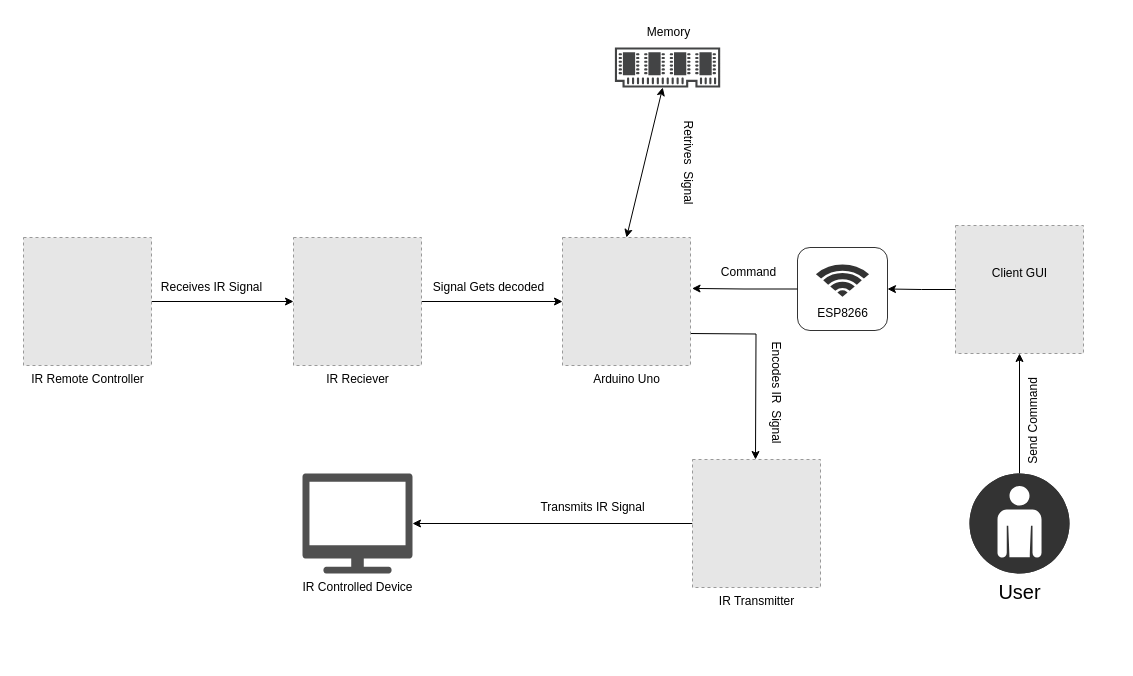
Above: Untitled Diagram.drawio in LokeshPatil-loki/Notes (draw.io), before the change. Source tidied: cells renumbered, new cells numbered last; positions are measured from the earlier drawing's top-left corner, leaving out a move shared by most shapes. Both pictures are drawn from the tidied source at 100%, with x=0, y=0 at pixel (23, 17). Pictures stored in the file or linked from it are replaced by grey dashed boxes.
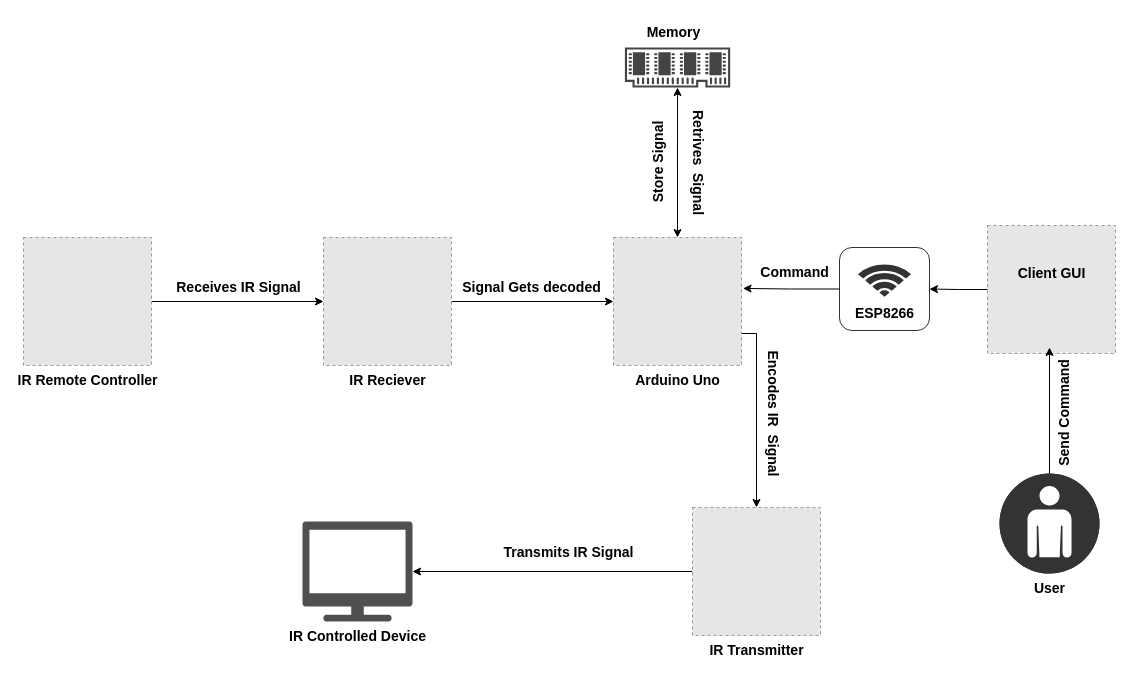
After the change.

Commit message:
increased font size

The edit, as a diff of the source:
```diff
@@
-    <mxCell id="2" style="edgeStyle=orthogonalEdgeStyle;rounded=0;jettySize=auto;html=1;" parent="1" edge="1" source="3" target="7">
+    <mxCell id="2" style="edgeStyle=orthogonalEdgeStyle;rounded=0;jettySize=auto;html=1;fontSize=14;fontStyle=1;" parent="1" edge="1" source="3" target="7">
       <mxGeometry relative="1" as="geometry" />
     </mxCell>
-    <mxCell id="3" value="IR Remote Controller" style="fillColor=#E6E6E6;strokeColor=#999999;dashed=1;html=1;verticalAlign=top;verticalLabelPosition=bottom;labelBackgroundColor=#ffffff;rotation=0;" parent="1" vertex="1">
+    <mxCell id="3" value="IR Remote Controller" style="fillColor=#E6E6E6;strokeColor=#999999;dashed=1;html=1;verticalAlign=top;verticalLabelPosition=bottom;labelBackgroundColor=#ffffff;rotation=0;fontSize=14;fontStyle=1;" parent="1" vertex="1">
       <mxGeometry y="220" width="128" height="128" as="geometry" />
     </mxCell>
-    <mxCell id="4" style="edgeStyle=orthogonalEdgeStyle;rounded=0;orthogonalLoop=1;jettySize=auto;html=1;exitX=1;exitY=0.75;exitDx=0;exitDy=0;entryX=0.5;entryY=0;entryDx=0;entryDy=0;" parent="1" edge="1">
+    <mxCell id="4" style="edgeStyle=orthogonalEdgeStyle;rounded=0;jettySize=auto;html=1;exitX=1;exitY=0.75;exitDx=0;exitDy=0;entryX=0.5;entryY=0;entryDx=0;entryDy=0;fontSize=14;fontStyle=1;" parent="1" edge="1" source="5" target="12">
       <mxGeometry relative="1" as="geometry">
-        <mxPoint x="665" y="316" as="sourcePoint" />
-        <mxPoint x="732" y="442" as="targetPoint" />
+        <Array as="points">
+          <mxPoint x="733" y="316" />
+        </Array>
       </mxGeometry>
     </mxCell>
-    <mxCell id="5" value="Arduino Uno" style="fillColor=#E6E6E6;strokeColor=#999999;dashed=1;html=1;verticalAlign=top;verticalLabelPosition=bottom;labelBackgroundColor=#ffffff;" parent="1" vertex="1">
-      <mxGeometry x="539" y="220" width="128" height="128" as="geometry" />
+    <mxCell id="5" value="Arduino Uno" style="fillColor=#E6E6E6;strokeColor=#999999;dashed=1;html=1;verticalAlign=top;verticalLabelPosition=bottom;labelBackgroundColor=#ffffff;fontSize=14;fontStyle=1;" parent="1" vertex="1">
+      <mxGeometry x="590" y="220" width="128" height="128" as="geometry" />
     </mxCell>
-    <mxCell id="6" style="edgeStyle=orthogonalEdgeStyle;rounded=0;jettySize=auto;html=1;exitX=1;exitY=0.5;exitDx=0;exitDy=0;entryX=0;entryY=0.5;entryDx=0;entryDy=0;" parent="1" edge="1" source="7" target="5">
+    <mxCell id="6" style="edgeStyle=orthogonalEdgeStyle;rounded=0;jettySize=auto;html=1;exitX=1;exitY=0.5;exitDx=0;exitDy=0;entryX=0;entryY=0.5;entryDx=0;entryDy=0;fontSize=14;fontStyle=1;" parent="1" edge="1" source="7" target="5">
       <mxGeometry relative="1" as="geometry" />
     </mxCell>
-    <mxCell id="7" value="IR Reciever" style="fillColor=#E6E6E6;strokeColor=#999999;dashed=1;html=1;verticalAlign=top;verticalLabelPosition=bottom;labelBackgroundColor=#ffffff;" parent="1" vertex="1">
-      <mxGeometry x="270" y="220" width="128" height="128" as="geometry" />
+    <mxCell id="7" value="IR Reciever" style="fillColor=#E6E6E6;strokeColor=#999999;dashed=1;html=1;verticalAlign=top;verticalLabelPosition=bottom;labelBackgroundColor=#ffffff;fontSize=14;fontStyle=1;" parent="1" vertex="1">
+      <mxGeometry x="300" y="220" width="128" height="128" as="geometry" />
     </mxCell>
-    <mxCell id="8" value="Signal Gets decoded" style="text;html=1;align=center;verticalAlign=middle;strokeColor=none;fillColor=none;" parent="1" vertex="1">
-      <mxGeometry x="400" y="255" width="130" height="30" as="geometry" />
+    <mxCell id="8" value="Signal Gets decoded" style="text;html=1;align=center;verticalAlign=middle;strokeColor=none;fillColor=none;fontSize=14;fontStyle=1;" parent="1" vertex="1">
+      <mxGeometry x="428" y="255" width="160" height="30" as="geometry" />
     </mxCell>
-    <mxCell id="9" style="sketch=0;shadow=0;dashed=0;html=1;strokeColor=none;fillColor=#434445;labelPosition=center;verticalLabelPosition=bottom;verticalAlign=top;align=center;outlineConnect=0;shape=mxgraph.vvd.memory;" parent="1" vertex="1">
-      <mxGeometry x="591.4" y="30" width="105.3" height="40" as="geometry" />
+    <mxCell id="9" style="sketch=0;shadow=0;dashed=0;html=1;strokeColor=none;fillColor=#434445;labelPosition=center;verticalLabelPosition=bottom;verticalAlign=top;align=center;outlineConnect=0;shape=mxgraph.vvd.memory;fontSize=14;fontStyle=1;" parent="1" vertex="1">
+      <mxGeometry x="601.4" y="30" width="105.3" height="40" as="geometry" />
     </mxCell>
-    <mxCell id="10" value="Send Command" style="text;html=1;align=center;verticalAlign=middle;strokeColor=none;fillColor=none;rotation=-90;" parent="1" vertex="1">
-      <mxGeometry x="955" y="389" width="110" height="30" as="geometry" />
+    <mxCell id="10" value="Send Command" style="text;html=1;align=center;verticalAlign=middle;strokeColor=none;fillColor=none;rotation=-90;fontSize=14;fontStyle=1;" parent="1" vertex="1">
+      <mxGeometry x="976" y="381" width="130" height="30" as="geometry" />
     </mxCell>
-    <mxCell id="11" style="edgeStyle=orthogonalEdgeStyle;rounded=0;jettySize=auto;html=1;" parent="1" edge="1" source="12" target="13">
+    <mxCell id="11" style="edgeStyle=orthogonalEdgeStyle;rounded=0;jettySize=auto;html=1;fontSize=14;fontStyle=1;" parent="1" edge="1" source="12" target="13">
       <mxGeometry relative="1" as="geometry" />
     </mxCell>
-    <mxCell id="12" value="IR Transmitter" style="fillColor=#E6E6E6;strokeColor=#999999;dashed=1;html=1;verticalAlign=top;verticalLabelPosition=bottom;labelBackgroundColor=#ffffff;" parent="1" vertex="1">
-      <mxGeometry x="669" y="442" width="128" height="128" as="geometry" />
+    <mxCell id="12" value="IR Transmitter" style="fillColor=#E6E6E6;strokeColor=#999999;dashed=1;html=1;verticalAlign=top;verticalLabelPosition=bottom;labelBackgroundColor=#ffffff;fontSize=14;fontStyle=1;" parent="1" vertex="1">
+      <mxGeometry x="669" y="490" width="128" height="128" as="geometry" />
     </mxCell>
-    <mxCell id="13" value="IR Controlled Device" style="sketch=0;shadow=0;dashed=0;html=1;strokeColor=none;fillColor=#505050;labelPosition=center;verticalLabelPosition=bottom;verticalAlign=top;outlineConnect=0;align=center;shape=mxgraph.office.devices.tv;" parent="1" vertex="1">
-      <mxGeometry x="279" y="456" width="110" height="100" as="geometry" />
+    <mxCell id="13" value="IR Controlled Device" style="sketch=0;shadow=0;dashed=0;html=1;strokeColor=none;fillColor=#505050;labelPosition=center;verticalLabelPosition=bottom;verticalAlign=top;outlineConnect=0;align=center;shape=mxgraph.office.devices.tv;fontSize=14;fontStyle=1;" parent="1" vertex="1">
+      <mxGeometry x="279" y="504" width="110" height="100" as="geometry" />
     </mxCell>
-    <mxCell id="14" value="Transmits IR Signal" style="text;html=1;align=center;verticalAlign=middle;strokeColor=none;fillColor=none;" parent="1" vertex="1">
-      <mxGeometry x="504" y="475" width="130" height="30" as="geometry" />
+    <mxCell id="14" value="Transmits IR Signal" style="text;html=1;align=center;verticalAlign=middle;strokeColor=none;fillColor=none;fontSize=14;fontStyle=1;" parent="1" vertex="1">
+      <mxGeometry x="470" y="520" width="150" height="30" as="geometry" />
     </mxCell>
-    <mxCell id="15" value="Receives IR Signal" style="text;html=1;align=center;verticalAlign=middle;strokeColor=none;fillColor=none;" parent="1" vertex="1">
-      <mxGeometry x="128" y="255" width="120" height="30" as="geometry" />
+    <mxCell id="15" value="Receives IR Signal" style="text;html=1;align=center;verticalAlign=middle;strokeColor=none;fillColor=none;fontSize=14;fontStyle=1;" parent="1" vertex="1">
+      <mxGeometry x="140" y="255" width="150" height="30" as="geometry" />
     </mxCell>
-    <mxCell id="16" style="edgeStyle=orthogonalEdgeStyle;rounded=0;jettySize=auto;html=1;exitX=0.5;exitY=0;exitDx=0;exitDy=0;exitPerimeter=0;entryX=0.5;entryY=1;entryDx=0;entryDy=0;fontSize=12;" parent="1" edge="1" source="17" target="29">
-      <mxGeometry relative="1" as="geometry" />
-    </mxCell>
-    <mxCell id="17" value="&lt;font style=&quot;font-size: 20px;&quot;&gt;User&lt;/font&gt;" style="fillColor=#333333;verticalLabelPosition=bottom;sketch=0;html=1;strokeColor=#ffffff;verticalAlign=top;align=center;points=[[0.145,0.145,0],[0.5,0,0],[0.855,0.145,0],[1,0.5,0],[0.855,0.855,0],[0.5,1,0],[0.145,0.855,0],[0,0.5,0]];shape=mxgraph.cisco_safe.compositeIcon;bgIcon=ellipse;resIcon=mxgraph.cisco_safe.capability.user;" parent="1" vertex="1">
-      <mxGeometry x="946" y="456" width="100" height="100" as="geometry" />
+    <mxCell id="17" value="&lt;font style=&quot;font-size: 14px;&quot;&gt;User&lt;/font&gt;" style="fillColor=#333333;verticalLabelPosition=bottom;sketch=0;html=1;strokeColor=#ffffff;verticalAlign=top;align=center;points=[[0.145,0.145,0],[0.5,0,0],[0.855,0.145,0],[1,0.5,0],[0.855,0.855,0],[0.5,1,0],[0.145,0.855,0],[0,0.5,0]];shape=mxgraph.cisco_safe.compositeIcon;bgIcon=ellipse;resIcon=mxgraph.cisco_safe.capability.user;fontSize=14;fontStyle=1;" parent="1" vertex="1">
+      <mxGeometry x="976" y="456" width="100" height="100" as="geometry" />
     </mxCell>
-    <mxCell id="18" value="Memory" style="text;html=1;align=center;verticalAlign=middle;strokeColor=none;fillColor=none;fontSize=12;" parent="1" vertex="1">
-      <mxGeometry x="610" width="70" height="30" as="geometry" />
+    <mxCell id="18" value="Memory" style="text;html=1;align=center;verticalAlign=middle;strokeColor=none;fillColor=none;fontSize=14;fontStyle=1;" parent="1" vertex="1">
+      <mxGeometry x="610" width="80" height="30" as="geometry" />
     </mxCell>
-    <mxCell id="19" style="group;" parent="1" vertex="1">
-      <mxGeometry x="774" y="230" width="90" height="83" as="geometry" />
+    <mxCell id="19" style="group;fontSize=14;fontStyle=1;" parent="1" vertex="1">
+      <mxGeometry x="816" y="230" width="90" height="83" as="geometry" />
     </mxCell>
-    <mxCell id="20" style="html=1;verticalLabelPosition=bottom;align=center;labelBackgroundColor=#ffffff;verticalAlign=top;strokeWidth=2;strokeColor=#333333;shadow=0;dashed=0;shape=mxgraph.ios7.icons.wifi;fontSize=12;fillColor=#333333;" parent="19" vertex="1">
+    <mxCell id="20" style="html=1;verticalLabelPosition=bottom;align=center;labelBackgroundColor=#ffffff;verticalAlign=top;strokeWidth=2;strokeColor=#333333;shadow=0;dashed=0;shape=mxgraph.ios7.icons.wifi;fontSize=14;fillColor=#333333;fontStyle=1;" parent="19" vertex="1">
       <mxGeometry x="20" y="18" width="50" height="30" as="geometry" />
     </mxCell>
-    <mxCell id="21" style="rounded=1;whiteSpace=wrap;html=1;strokeColor=#333333;fontSize=12;fillColor=none;" parent="19" vertex="1">
+    <mxCell id="21" style="rounded=1;whiteSpace=wrap;html=1;strokeColor=#333333;fontSize=14;fillColor=none;fontStyle=1;" parent="19" vertex="1">
       <mxGeometry width="90" height="83" as="geometry" />
     </mxCell>
-    <mxCell id="22" value="&lt;span id=&quot;docs-internal-guid-68e5acaf-7fff-2402-3c45-6078d69f52d8&quot;&gt;&lt;/span&gt;&lt;span id=&quot;docs-internal-guid-68e5acaf-7fff-2402-3c45-6078d69f52d8&quot;&gt;&lt;/span&gt;ESP8266&lt;br&gt;" style="text;html=1;align=center;verticalAlign=middle;strokeColor=none;fillColor=none;fontSize=12;" parent="19" vertex="1">
-      <mxGeometry x="10" y="51" width="70" height="30" as="geometry" />
+    <mxCell id="22" value="&lt;span id=&quot;docs-internal-guid-68e5acaf-7fff-2402-3c45-6078d69f52d8&quot; style=&quot;font-size: 14px;&quot;&gt;&lt;/span&gt;&lt;span id=&quot;docs-internal-guid-68e5acaf-7fff-2402-3c45-6078d69f52d8&quot; style=&quot;font-size: 14px;&quot;&gt;&lt;/span&gt;ESP8266&lt;br style=&quot;font-size: 14px;&quot;&gt;" style="text;html=1;align=center;verticalAlign=middle;strokeColor=none;fillColor=none;fontSize=14;fontStyle=1;" parent="19" vertex="1">
+      <mxGeometry x="5" y="51" width="80" height="30" as="geometry" />
     </mxCell>
-    <mxCell id="23" style="endArrow=classic;startArrow=classic;html=1;rounded=0;fontSize=12;exitX=0.5;exitY=0;exitDx=0;exitDy=0;" parent="1" edge="1" source="5" target="9">
+    <mxCell id="23" style="endArrow=classic;startArrow=classic;html=1;rounded=0;fontSize=14;exitX=0.5;exitY=0;exitDx=0;exitDy=0;fontStyle=1;" parent="1" edge="1" source="5" target="9">
       <mxGeometry relative="1" as="geometry" />
     </mxCell>
-    <mxCell id="24" value="Retrives&amp;nbsp; Signal" style="text;html=1;align=center;verticalAlign=middle;strokeColor=none;fillColor=none;rotation=90;" parent="1" vertex="1">
-      <mxGeometry x="610" y="130" width="110" height="30" as="geometry" />
+    <mxCell id="24" value="Retrives&amp;nbsp; Signal" style="text;html=1;align=center;verticalAlign=middle;strokeColor=none;fillColor=none;rotation=90;fontSize=14;fontStyle=1;" parent="1" vertex="1">
+      <mxGeometry x="610" y="130" width="130" height="30" as="geometry" />
     </mxCell>
-    <mxCell id="25" value="Encodes IR&amp;nbsp; Signal" style="text;html=1;align=center;verticalAlign=middle;strokeColor=none;fillColor=none;rotation=90;" parent="1" vertex="1">
-      <mxGeometry x="688" y="360" width="130" height="30" as="geometry" />
+    <mxCell id="25" value="Encodes IR&amp;nbsp; Signal" style="text;html=1;align=center;verticalAlign=middle;strokeColor=none;fillColor=none;rotation=90;fontSize=14;fontStyle=1;" parent="1" vertex="1">
+      <mxGeometry x="675" y="381" width="150" height="30" as="geometry" />
     </mxCell>
-    <mxCell id="26" style="edgeStyle=orthogonalEdgeStyle;rounded=0;jettySize=auto;html=1;entryX=1.012;entryY=0.398;entryDx=0;entryDy=0;entryPerimeter=0;fontSize=12;" parent="1" edge="1" source="21" target="5">
+    <mxCell id="26" style="edgeStyle=orthogonalEdgeStyle;rounded=0;jettySize=auto;html=1;entryX=1.012;entryY=0.398;entryDx=0;entryDy=0;entryPerimeter=0;fontSize=14;fontStyle=1;" parent="1" edge="1" source="21" target="5">
       <mxGeometry relative="1" as="geometry" />
     </mxCell>
-    <mxCell id="27" value="&lt;font style=&quot;font-size: 12px;&quot;&gt;Command&lt;/font&gt;" style="text;html=1;align=center;verticalAlign=middle;strokeColor=none;fillColor=none;fontSize=12;" parent="1" vertex="1">
-      <mxGeometry x="685" y="240" width="80" height="30" as="geometry" />
+    <mxCell id="27" value="&lt;font style=&quot;font-size: 14px;&quot;&gt;Command&lt;/font&gt;" style="text;html=1;align=center;verticalAlign=middle;strokeColor=none;fillColor=none;fontSize=14;fontStyle=1;" parent="1" vertex="1">
+      <mxGeometry x="726" y="240" width="90" height="30" as="geometry" />
     </mxCell>
-    <mxCell id="28" style="group;" parent="1" vertex="1">
-      <mxGeometry x="932" y="208" width="128" height="128" as="geometry" />
+    <mxCell id="28" style="group;fontSize=14;fontStyle=1;" parent="1" vertex="1">
+      <mxGeometry x="964" y="208" width="128" height="162" as="geometry" />
     </mxCell>
-    <mxCell id="29" style="fillColor=#E6E6E6;strokeColor=#999999;dashed=1;html=1;verticalAlign=top;verticalLabelPosition=bottom;labelBackgroundColor=#ffffff;" parent="28" vertex="1">
+    <mxCell id="29" style="fillColor=#E6E6E6;strokeColor=#999999;dashed=1;html=1;verticalAlign=top;verticalLabelPosition=bottom;labelBackgroundColor=#ffffff;fontSize=14;fontStyle=1;" parent="28" vertex="1">
       <mxGeometry width="128" height="128" as="geometry" />
     </mxCell>
-    <mxCell id="30" value="Client GUI" style="text;html=1;align=center;verticalAlign=middle;strokeColor=none;fillColor=none;fontSize=12;" parent="28" vertex="1">
-      <mxGeometry x="24" y="33" width="80" height="30" as="geometry" />
+    <mxCell id="30" value="Client GUI" style="text;html=1;align=center;verticalAlign=middle;strokeColor=none;fillColor=none;fontSize=14;fontStyle=1;" parent="28" vertex="1">
+      <mxGeometry x="19" y="33" width="90" height="30" as="geometry" />
     </mxCell>
-    <mxCell id="31" style="edgeStyle=orthogonalEdgeStyle;rounded=0;jettySize=auto;html=1;entryX=1;entryY=0.5;entryDx=0;entryDy=0;fontSize=12;" parent="1" edge="1" source="29" target="21">
+    <mxCell id="31" style="edgeStyle=orthogonalEdgeStyle;rounded=0;jettySize=auto;html=1;entryX=1;entryY=0.5;entryDx=0;entryDy=0;fontSize=14;fontStyle=1;" parent="1" edge="1" source="29" target="21">
       <mxGeometry relative="1" as="geometry" />
     </mxCell>
+    <mxCell id="32" style="endArrow=classic;html=1;rounded=0;fontSize=14;exitX=0.5;exitY=0;exitDx=0;exitDy=0;exitPerimeter=0;" parent="1" edge="1" source="17">
+      <mxGeometry relative="1" as="geometry">
+        <mxPoint x="1026" y="330" as="targetPoint" />
+      </mxGeometry>
+    </mxCell>
+    <mxCell id="33" value="Store Signal" style="text;html=1;align=center;verticalAlign=middle;strokeColor=none;fillColor=none;rotation=-90;fontSize=14;fontStyle=1;" parent="1" vertex="1">
+      <mxGeometry x="580" y="130" width="110" height="30" as="geometry" />
+    </mxCell>
```
